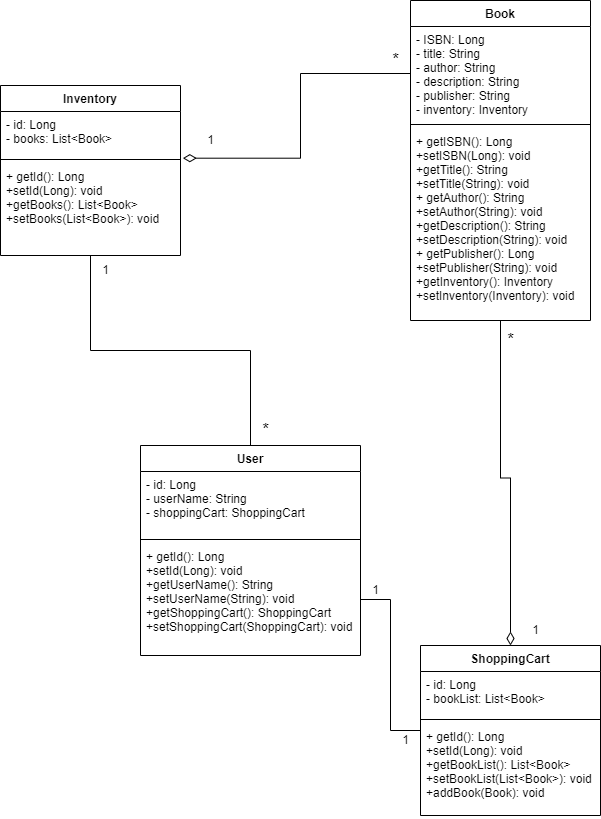
Favourolotu/Amazing-online-bookstore keeps this draw.io diagram as class_diagram.png. Above is the earlier version. Source tidied: cells renumbered, new cells last; positions are measured from the earlier drawing's top-left corner, leaving out a move shared by most shapes. Source of this version:
```xml
<mxGraphModel>
  <root>
    <mxCell id="0" />
    <mxCell id="1" parent="0" />
    <mxCell id="2" value="Inventory" style="swimlane;fontStyle=1;align=center;verticalAlign=top;horizontal=1;startSize=26;" parent="1" vertex="1">
      <mxGeometry y="85" width="180" height="170" as="geometry" />
    </mxCell>
    <mxCell id="3" value="- id: Long&#10;- books: List&lt;Book&gt;" style="text;strokeColor=none;fillColor=none;align=left;verticalAlign=top;spacingLeft=4;spacingRight=4;overflow=hidden;points=[[0,0.5],[1,0.5]];portConstraint=eastwest;" parent="2" vertex="1">
      <mxGeometry y="26" width="180" height="44" as="geometry" />
    </mxCell>
    <mxCell id="4" style="line;strokeWidth=1;fillColor=none;align=left;verticalAlign=middle;spacingTop=-1;spacingLeft=3;spacingRight=3;labelPosition=right;strokeColor=inherit;" parent="2" vertex="1">
      <mxGeometry y="70" width="180" height="8" as="geometry" />
    </mxCell>
    <mxCell id="5" value="+ getId(): Long&#10;+setId(Long): void&#10;+getBooks(): List&lt;Book&gt;&#10;+setBooks(List&lt;Book&gt;): void" style="text;strokeColor=none;fillColor=none;align=left;verticalAlign=top;spacingLeft=4;spacingRight=4;overflow=hidden;" parent="2" vertex="1">
      <mxGeometry y="78" width="180" height="92" as="geometry" />
    </mxCell>
    <mxCell id="6" style="edgeStyle=orthogonalEdgeStyle;rounded=0;jettySize=auto;html=1;entryX=0.5;entryY=0;entryDx=0;entryDy=0;endArrow=diamondThin;endFill=0;endSize=11;" parent="1" edge="1" source="7" target="12">
      <mxGeometry relative="1" as="geometry" />
    </mxCell>
    <mxCell id="7" value="Book" style="swimlane;fontStyle=1;align=center;verticalAlign=top;horizontal=1;startSize=26;" parent="1" vertex="1">
      <mxGeometry x="410" width="180" height="320" as="geometry" />
    </mxCell>
    <mxCell id="8" value="- ISBN: Long&#10;- title: String&#10;- author: String&#10;- description: String&#10;- publisher: String&#10;- inventory: Inventory" style="text;strokeColor=none;fillColor=none;align=left;verticalAlign=top;spacingLeft=4;spacingRight=4;overflow=hidden;points=[[0,0.5],[1,0.5]];portConstraint=eastwest;" parent="7" vertex="1">
      <mxGeometry y="26" width="180" height="94" as="geometry" />
    </mxCell>
    <mxCell id="9" style="line;strokeWidth=1;fillColor=none;align=left;verticalAlign=middle;spacingTop=-1;spacingLeft=3;spacingRight=3;labelPosition=right;strokeColor=inherit;" parent="7" vertex="1">
      <mxGeometry y="120" width="180" height="8" as="geometry" />
    </mxCell>
    <mxCell id="10" value="+ getISBN(): Long&#10;+setISBN(Long): void&#10;+getTitle(): String&#10;+setTitle(String): void&#10;+ getAuthor(): String&#10;+setAuthor(String): void&#10;+getDescription(): String&#10;+setDescription(String): void&#10;+ getPublisher(): Long&#10;+setPublisher(String): void&#10;+getInventory(): Inventory&#10;+setInventory(Inventory): void" style="text;strokeColor=none;fillColor=none;align=left;verticalAlign=top;spacingLeft=4;spacingRight=4;overflow=hidden;points=[[0,0.5],[1,0.5]];portConstraint=eastwest;" parent="7" vertex="1">
      <mxGeometry y="128" width="180" height="192" as="geometry" />
    </mxCell>
    <mxCell id="11" style="edgeStyle=orthogonalEdgeStyle;rounded=0;jettySize=auto;html=1;endArrow=none;endFill=0;" parent="1" edge="1" source="12" target="20">
      <mxGeometry relative="1" as="geometry" />
    </mxCell>
    <mxCell id="12" value="ShoppingCart" style="swimlane;fontStyle=1;align=center;verticalAlign=top;horizontal=1;startSize=26;" parent="1" vertex="1">
      <mxGeometry x="420" y="645" width="180" height="170" as="geometry" />
    </mxCell>
    <mxCell id="13" value="- id: Long&#10;- bookList: List&lt;Book&gt;" style="text;strokeColor=none;fillColor=none;align=left;verticalAlign=top;spacingLeft=4;spacingRight=4;overflow=hidden;" parent="12" vertex="1">
      <mxGeometry y="26" width="180" height="44" as="geometry" />
    </mxCell>
    <mxCell id="14" style="line;strokeWidth=1;fillColor=none;align=left;verticalAlign=middle;spacingTop=-1;spacingLeft=3;spacingRight=3;labelPosition=right;strokeColor=inherit;" parent="12" vertex="1">
      <mxGeometry y="70" width="180" height="8" as="geometry" />
    </mxCell>
    <mxCell id="15" value="+ getId(): Long&#10;+setId(Long): void&#10;+getBookList(): List&lt;Book&gt;&#10;+setBookList(List&lt;Book&gt;): void&#10;+addBook(Book): void" style="text;strokeColor=none;fillColor=none;align=left;verticalAlign=top;spacingLeft=4;spacingRight=4;overflow=hidden;" parent="12" vertex="1">
      <mxGeometry y="78" width="180" height="92" as="geometry" />
    </mxCell>
    <mxCell id="16" style="edgeStyle=orthogonalEdgeStyle;rounded=0;jettySize=auto;html=1;exitX=0.5;exitY=0;exitDx=0;exitDy=0;endArrow=none;endFill=0;" parent="1" edge="1" source="17">
      <mxGeometry relative="1" as="geometry">
        <mxPoint x="90" y="255" as="targetPoint" />
      </mxGeometry>
    </mxCell>
    <mxCell id="17" value="User" style="swimlane;fontStyle=1;align=center;verticalAlign=top;horizontal=1;startSize=26;" parent="1" vertex="1">
      <mxGeometry x="140" y="445" width="220" height="210" as="geometry" />
    </mxCell>
    <mxCell id="18" value="- id: Long&#10;- userName: String&#10;- shoppingCart: ShoppingCart" style="text;strokeColor=none;fillColor=none;align=left;verticalAlign=top;spacingLeft=4;spacingRight=4;overflow=hidden;" parent="17" vertex="1">
      <mxGeometry y="26" width="220" height="64" as="geometry" />
    </mxCell>
    <mxCell id="19" style="line;strokeWidth=1;fillColor=none;align=left;verticalAlign=middle;spacingTop=-1;spacingLeft=3;spacingRight=3;labelPosition=right;strokeColor=inherit;" parent="17" vertex="1">
      <mxGeometry y="90" width="220" height="8" as="geometry" />
    </mxCell>
    <mxCell id="20" value="+ getId(): Long&#10;+setId(Long): void&#10;+getUserName(): String&#10;+setUserName(String): void&#10;+getShoppingCart(): ShoppingCart&#10;+setShoppingCart(ShoppingCart): void" style="text;strokeColor=none;fillColor=none;align=left;verticalAlign=top;spacingLeft=4;spacingRight=4;overflow=hidden;points=[[0,0.5],[1,0.5]];portConstraint=eastwest;" parent="17" vertex="1">
      <mxGeometry y="98" width="220" height="112" as="geometry" />
    </mxCell>
    <mxCell id="21" style="edgeStyle=orthogonalEdgeStyle;rounded=0;jettySize=auto;html=1;exitX=0;exitY=0.5;exitDx=0;exitDy=0;entryX=1.013;entryY=1.061;entryDx=0;entryDy=0;entryPerimeter=0;endArrow=diamondThin;endFill=0;strokeWidth=1;targetPerimeterSpacing=10;sourcePerimeterSpacing=14;endSize=11;" parent="1" edge="1" source="8" target="3">
      <mxGeometry relative="1" as="geometry" />
    </mxCell>
    <mxCell id="22" value="1" style="text;html=1;align=center;verticalAlign=middle;strokeColor=none;fillColor=none;" parent="1" vertex="1">
      <mxGeometry x="195" y="125" width="30" height="30" as="geometry" />
    </mxCell>
    <mxCell id="23" value="&lt;font style=&quot;font-size: 17px;&quot;&gt;*&lt;/font&gt;" style="text;html=1;align=center;verticalAlign=middle;strokeColor=none;fillColor=none;" parent="1" vertex="1">
      <mxGeometry x="380" y="45" width="30" height="30" as="geometry" />
    </mxCell>
    <mxCell id="24" value="&lt;font style=&quot;font-size: 17px;&quot;&gt;*&lt;/font&gt;" style="text;html=1;align=center;verticalAlign=middle;strokeColor=none;fillColor=none;" parent="1" vertex="1">
      <mxGeometry x="495" y="325" width="30" height="30" as="geometry" />
    </mxCell>
    <mxCell id="25" value="&lt;font style=&quot;font-size: 17px;&quot;&gt;*&lt;/font&gt;" style="text;html=1;align=center;verticalAlign=middle;strokeColor=none;fillColor=none;" parent="1" vertex="1">
      <mxGeometry x="250" y="415" width="30" height="30" as="geometry" />
    </mxCell>
    <mxCell id="26" value="1" style="text;html=1;align=center;verticalAlign=middle;strokeColor=none;fillColor=none;" parent="1" vertex="1">
      <mxGeometry x="90" y="255" width="30" height="30" as="geometry" />
    </mxCell>
    <mxCell id="27" value="1" style="text;html=1;align=center;verticalAlign=middle;strokeColor=none;fillColor=none;" parent="1" vertex="1">
      <mxGeometry x="360" y="575" width="30" height="30" as="geometry" />
    </mxCell>
    <mxCell id="28" value="1" style="text;html=1;align=center;verticalAlign=middle;strokeColor=none;fillColor=none;" parent="1" vertex="1">
      <mxGeometry x="390" y="725" width="30" height="30" as="geometry" />
    </mxCell>
    <mxCell id="29" value="1" style="text;html=1;align=center;verticalAlign=middle;strokeColor=none;fillColor=none;" parent="1" vertex="1">
      <mxGeometry x="520" y="615" width="30" height="30" as="geometry" />
    </mxCell>
  </root>
</mxGraphModel>
```
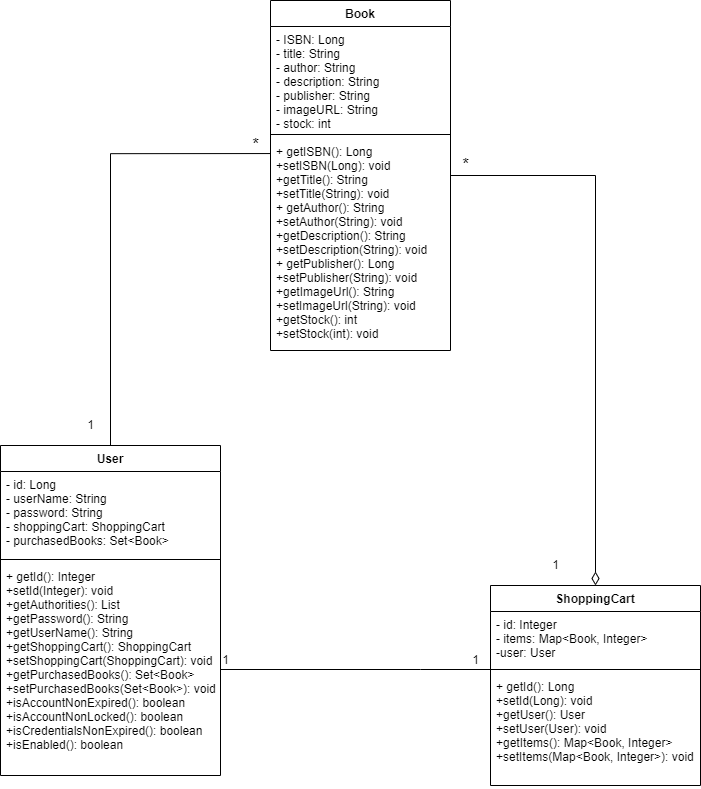
Later version of the same file.

Diff of the diagram source:
```diff
@@ -2,91 +2,73 @@
   <root>
     <mxCell id="0" />
     <mxCell id="1" parent="0" />
-    <mxCell id="2" value="Inventory" style="swimlane;fontStyle=1;align=center;verticalAlign=top;horizontal=1;startSize=26;" parent="1" vertex="1">
-      <mxGeometry y="85" width="180" height="170" as="geometry" />
-    </mxCell>
-    <mxCell id="3" value="- id: Long&#10;- books: List&lt;Book&gt;" style="text;strokeColor=none;fillColor=none;align=left;verticalAlign=top;spacingLeft=4;spacingRight=4;overflow=hidden;points=[[0,0.5],[1,0.5]];portConstraint=eastwest;" parent="2" vertex="1">
-      <mxGeometry y="26" width="180" height="44" as="geometry" />
-    </mxCell>
-    <mxCell id="4" style="line;strokeWidth=1;fillColor=none;align=left;verticalAlign=middle;spacingTop=-1;spacingLeft=3;spacingRight=3;labelPosition=right;strokeColor=inherit;" parent="2" vertex="1">
-      <mxGeometry y="70" width="180" height="8" as="geometry" />
-    </mxCell>
-    <mxCell id="5" value="+ getId(): Long&#10;+setId(Long): void&#10;+getBooks(): List&lt;Book&gt;&#10;+setBooks(List&lt;Book&gt;): void" style="text;strokeColor=none;fillColor=none;align=left;verticalAlign=top;spacingLeft=4;spacingRight=4;overflow=hidden;" parent="2" vertex="1">
-      <mxGeometry y="78" width="180" height="92" as="geometry" />
-    </mxCell>
     <mxCell id="6" style="edgeStyle=orthogonalEdgeStyle;rounded=0;jettySize=auto;html=1;entryX=0.5;entryY=0;entryDx=0;entryDy=0;endArrow=diamondThin;endFill=0;endSize=11;" parent="1" edge="1" source="7" target="12">
       <mxGeometry relative="1" as="geometry" />
     </mxCell>
     <mxCell id="7" value="Book" style="swimlane;fontStyle=1;align=center;verticalAlign=top;horizontal=1;startSize=26;" parent="1" vertex="1">
-      <mxGeometry x="410" width="180" height="320" as="geometry" />
+      <mxGeometry x="245" width="180" height="350" as="geometry" />
     </mxCell>
-    <mxCell id="8" value="- ISBN: Long&#10;- title: String&#10;- author: String&#10;- description: String&#10;- publisher: String&#10;- inventory: Inventory" style="text;strokeColor=none;fillColor=none;align=left;verticalAlign=top;spacingLeft=4;spacingRight=4;overflow=hidden;points=[[0,0.5],[1,0.5]];portConstraint=eastwest;" parent="7" vertex="1">
-      <mxGeometry y="26" width="180" height="94" as="geometry" />
+    <mxCell id="8" value="- ISBN: Long&#10;- title: String&#10;- author: String&#10;- description: String&#10;- publisher: String&#10;- imageURL: String&#10;- stock: int" style="text;strokeColor=none;fillColor=none;align=left;verticalAlign=top;spacingLeft=4;spacingRight=4;overflow=hidden;points=[[0,0.5],[1,0.5]];portConstraint=eastwest;" parent="7" vertex="1">
+      <mxGeometry y="26" width="180" height="104" as="geometry" />
     </mxCell>
     <mxCell id="9" style="line;strokeWidth=1;fillColor=none;align=left;verticalAlign=middle;spacingTop=-1;spacingLeft=3;spacingRight=3;labelPosition=right;strokeColor=inherit;" parent="7" vertex="1">
-      <mxGeometry y="120" width="180" height="8" as="geometry" />
+      <mxGeometry y="130" width="180" height="8" as="geometry" />
     </mxCell>
-    <mxCell id="10" value="+ getISBN(): Long&#10;+setISBN(Long): void&#10;+getTitle(): String&#10;+setTitle(String): void&#10;+ getAuthor(): String&#10;+setAuthor(String): void&#10;+getDescription(): String&#10;+setDescription(String): void&#10;+ getPublisher(): Long&#10;+setPublisher(String): void&#10;+getInventory(): Inventory&#10;+setInventory(Inventory): void" style="text;strokeColor=none;fillColor=none;align=left;verticalAlign=top;spacingLeft=4;spacingRight=4;overflow=hidden;points=[[0,0.5],[1,0.5]];portConstraint=eastwest;" parent="7" vertex="1">
-      <mxGeometry y="128" width="180" height="192" as="geometry" />
+    <mxCell id="10" value="+ getISBN(): Long&#10;+setISBN(Long): void&#10;+getTitle(): String&#10;+setTitle(String): void&#10;+ getAuthor(): String&#10;+setAuthor(String): void&#10;+getDescription(): String&#10;+setDescription(String): void&#10;+ getPublisher(): Long&#10;+setPublisher(String): void&#10;+getImageUrl(): String&#10;+setImageUrl(String): void&#10;+getStock(): int&#10;+setStock(int): void" style="text;strokeColor=none;fillColor=none;align=left;verticalAlign=top;spacingLeft=4;spacingRight=4;overflow=hidden;points=[[0,0.5],[1,0.5]];portConstraint=eastwest;" parent="7" vertex="1">
+      <mxGeometry y="138" width="180" height="212" as="geometry" />
     </mxCell>
     <mxCell id="11" style="edgeStyle=orthogonalEdgeStyle;rounded=0;jettySize=auto;html=1;endArrow=none;endFill=0;" parent="1" edge="1" source="12" target="20">
-      <mxGeometry relative="1" as="geometry" />
+      <mxGeometry relative="1" as="geometry">
+        <Array as="points">
+          <mxPoint x="395" y="669" />
+          <mxPoint x="395" y="669" />
+        </Array>
+      </mxGeometry>
     </mxCell>
     <mxCell id="12" value="ShoppingCart" style="swimlane;fontStyle=1;align=center;verticalAlign=top;horizontal=1;startSize=26;" parent="1" vertex="1">
-      <mxGeometry x="420" y="645" width="180" height="170" as="geometry" />
+      <mxGeometry x="465" y="585" width="210" height="200" as="geometry" />
     </mxCell>
-    <mxCell id="13" value="- id: Long&#10;- bookList: List&lt;Book&gt;" style="text;strokeColor=none;fillColor=none;align=left;verticalAlign=top;spacingLeft=4;spacingRight=4;overflow=hidden;" parent="12" vertex="1">
-      <mxGeometry y="26" width="180" height="44" as="geometry" />
+    <mxCell id="13" value="- id: Integer&#10;- items: Map&lt;Book, Integer&gt;&#10;-user: User" style="text;strokeColor=none;fillColor=none;align=left;verticalAlign=top;spacingLeft=4;spacingRight=4;overflow=hidden;" parent="12" vertex="1">
+      <mxGeometry y="26" width="210" height="54" as="geometry" />
     </mxCell>
     <mxCell id="14" style="line;strokeWidth=1;fillColor=none;align=left;verticalAlign=middle;spacingTop=-1;spacingLeft=3;spacingRight=3;labelPosition=right;strokeColor=inherit;" parent="12" vertex="1">
-      <mxGeometry y="70" width="180" height="8" as="geometry" />
+      <mxGeometry y="80" width="210" height="8" as="geometry" />
     </mxCell>
-    <mxCell id="15" value="+ getId(): Long&#10;+setId(Long): void&#10;+getBookList(): List&lt;Book&gt;&#10;+setBookList(List&lt;Book&gt;): void&#10;+addBook(Book): void" style="text;strokeColor=none;fillColor=none;align=left;verticalAlign=top;spacingLeft=4;spacingRight=4;overflow=hidden;" parent="12" vertex="1">
-      <mxGeometry y="78" width="180" height="92" as="geometry" />
+    <mxCell id="15" value="+ getId(): Long&#10;+setId(Long): void&#10;+getUser(): User&#10;+setUser(User): void&#10;+getItems(): Map&lt;Book, Integer&gt;&#10;+setItems(Map&lt;Book, Integer&gt;): void" style="text;strokeColor=none;fillColor=none;align=left;verticalAlign=top;spacingLeft=4;spacingRight=4;overflow=hidden;" parent="12" vertex="1">
+      <mxGeometry y="88" width="210" height="112" as="geometry" />
     </mxCell>
-    <mxCell id="16" style="edgeStyle=orthogonalEdgeStyle;rounded=0;jettySize=auto;html=1;exitX=0.5;exitY=0;exitDx=0;exitDy=0;endArrow=none;endFill=0;" parent="1" edge="1" source="17">
-      <mxGeometry relative="1" as="geometry">
-        <mxPoint x="90" y="255" as="targetPoint" />
-      </mxGeometry>
-    </mxCell>
+    <mxCell id="30" style="edgeStyle=orthogonalEdgeStyle;rounded=0;jettySize=auto;html=1;exitX=0.5;exitY=0;exitDx=0;exitDy=0;entryX=0.002;entryY=0.071;entryDx=0;entryDy=0;entryPerimeter=0;endArrow=none;endFill=0;" parent="1" edge="1" source="17" target="10">
+      <mxGeometry relative="1" as="geometry" />
+    </mxCell>
     <mxCell id="17" value="User" style="swimlane;fontStyle=1;align=center;verticalAlign=top;horizontal=1;startSize=26;" parent="1" vertex="1">
-      <mxGeometry x="140" y="445" width="220" height="210" as="geometry" />
+      <mxGeometry x="-25" y="445" width="220" height="330" as="geometry" />
     </mxCell>
-    <mxCell id="18" value="- id: Long&#10;- userName: String&#10;- shoppingCart: ShoppingCart" style="text;strokeColor=none;fillColor=none;align=left;verticalAlign=top;spacingLeft=4;spacingRight=4;overflow=hidden;" parent="17" vertex="1">
-      <mxGeometry y="26" width="220" height="64" as="geometry" />
+    <mxCell id="18" value="- id: Long&#10;- userName: String&#10;- password: String&#10;- shoppingCart: ShoppingCart&#10;- purchasedBooks: Set&lt;Book&gt;&#10;" style="text;strokeColor=none;fillColor=none;align=left;verticalAlign=top;spacingLeft=4;spacingRight=4;overflow=hidden;" parent="17" vertex="1">
+      <mxGeometry y="26" width="220" height="84" as="geometry" />
     </mxCell>
     <mxCell id="19" style="line;strokeWidth=1;fillColor=none;align=left;verticalAlign=middle;spacingTop=-1;spacingLeft=3;spacingRight=3;labelPosition=right;strokeColor=inherit;" parent="17" vertex="1">
-      <mxGeometry y="90" width="220" height="8" as="geometry" />
+      <mxGeometry y="110" width="220" height="8" as="geometry" />
     </mxCell>
-    <mxCell id="20" value="+ getId(): Long&#10;+setId(Long): void&#10;+getUserName(): String&#10;+setUserName(String): void&#10;+getShoppingCart(): ShoppingCart&#10;+setShoppingCart(ShoppingCart): void" style="text;strokeColor=none;fillColor=none;align=left;verticalAlign=top;spacingLeft=4;spacingRight=4;overflow=hidden;points=[[0,0.5],[1,0.5]];portConstraint=eastwest;" parent="17" vertex="1">
-      <mxGeometry y="98" width="220" height="112" as="geometry" />
+    <mxCell id="20" value="+ getId(): Integer&#10;+setId(Integer): void&#10;+getAuthorities(): List&#10;+getPassword(): String&#10;+getUserName(): String&#10;+getShoppingCart(): ShoppingCart&#10;+setShoppingCart(ShoppingCart): void&#10;+getPurchasedBooks(): Set&lt;Book&gt;&#10;+setPurchasedBooks(Set&lt;Book&gt;): void&#10;+isAccountNonExpired(): boolean&#10;+isAccountNonLocked(): boolean&#10;+isCredentialsNonExpired(): boolean&#10;+isEnabled(): boolean" style="text;strokeColor=none;fillColor=none;align=left;verticalAlign=top;spacingLeft=4;spacingRight=4;overflow=hidden;points=[[0,0.5],[1,0.5]];portConstraint=eastwest;" parent="17" vertex="1">
+      <mxGeometry y="118" width="220" height="212" as="geometry" />
     </mxCell>
-    <mxCell id="21" style="edgeStyle=orthogonalEdgeStyle;rounded=0;jettySize=auto;html=1;exitX=0;exitY=0.5;exitDx=0;exitDy=0;entryX=1.013;entryY=1.061;entryDx=0;entryDy=0;entryPerimeter=0;endArrow=diamondThin;endFill=0;strokeWidth=1;targetPerimeterSpacing=10;sourcePerimeterSpacing=14;endSize=11;" parent="1" edge="1" source="8" target="3">
-      <mxGeometry relative="1" as="geometry" />
-    </mxCell>
     <mxCell id="22" value="1" style="text;html=1;align=center;verticalAlign=middle;strokeColor=none;fillColor=none;" parent="1" vertex="1">
-      <mxGeometry x="195" y="125" width="30" height="30" as="geometry" />
+      <mxGeometry x="50" y="410" width="30" height="30" as="geometry" />
     </mxCell>
     <mxCell id="23" value="&lt;font style=&quot;font-size: 17px;&quot;&gt;*&lt;/font&gt;" style="text;html=1;align=center;verticalAlign=middle;strokeColor=none;fillColor=none;" parent="1" vertex="1">
-      <mxGeometry x="380" y="45" width="30" height="30" as="geometry" />
+      <mxGeometry x="215" y="130" width="30" height="30" as="geometry" />
     </mxCell>
     <mxCell id="24" value="&lt;font style=&quot;font-size: 17px;&quot;&gt;*&lt;/font&gt;" style="text;html=1;align=center;verticalAlign=middle;strokeColor=none;fillColor=none;" parent="1" vertex="1">
-      <mxGeometry x="495" y="325" width="30" height="30" as="geometry" />
+      <mxGeometry x="425" y="150" width="30" height="30" as="geometry" />
     </mxCell>
-    <mxCell id="25" value="&lt;font style=&quot;font-size: 17px;&quot;&gt;*&lt;/font&gt;" style="text;html=1;align=center;verticalAlign=middle;strokeColor=none;fillColor=none;" parent="1" vertex="1">
-      <mxGeometry x="250" y="415" width="30" height="30" as="geometry" />
-    </mxCell>
-    <mxCell id="26" value="1" style="text;html=1;align=center;verticalAlign=middle;strokeColor=none;fillColor=none;" parent="1" vertex="1">
-      <mxGeometry x="90" y="255" width="30" height="30" as="geometry" />
-    </mxCell>
     <mxCell id="27" value="1" style="text;html=1;align=center;verticalAlign=middle;strokeColor=none;fillColor=none;" parent="1" vertex="1">
-      <mxGeometry x="360" y="575" width="30" height="30" as="geometry" />
+      <mxGeometry x="185" y="645" width="30" height="30" as="geometry" />
     </mxCell>
     <mxCell id="28" value="1" style="text;html=1;align=center;verticalAlign=middle;strokeColor=none;fillColor=none;" parent="1" vertex="1">
-      <mxGeometry x="390" y="725" width="30" height="30" as="geometry" />
+      <mxGeometry x="435" y="645" width="30" height="30" as="geometry" />
     </mxCell>
     <mxCell id="29" value="1" style="text;html=1;align=center;verticalAlign=middle;strokeColor=none;fillColor=none;" parent="1" vertex="1">
-      <mxGeometry x="520" y="615" width="30" height="30" as="geometry" />
+      <mxGeometry x="515" y="550" width="30" height="30" as="geometry" />
     </mxCell>
   </root>
 </mxGraphModel>
```
